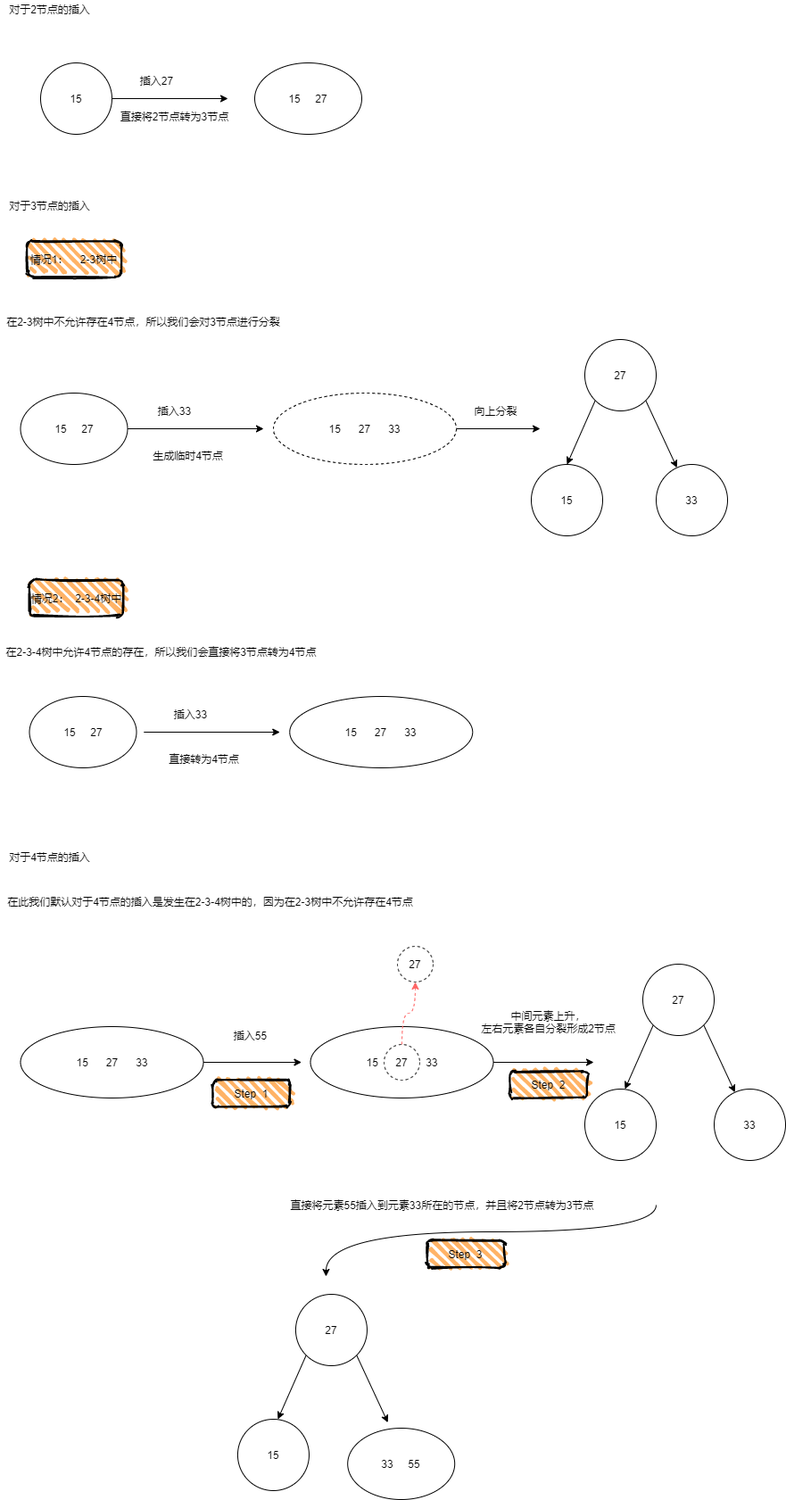
moonhui/DrawFiles keeps this draw.io diagram as InsertIfuckDraw.png. Above is the earlier version. Source tidied: cells renumbered, new cells last; positions are measured from the earlier drawing's top-left corner, leaving out a move shared by most shapes.
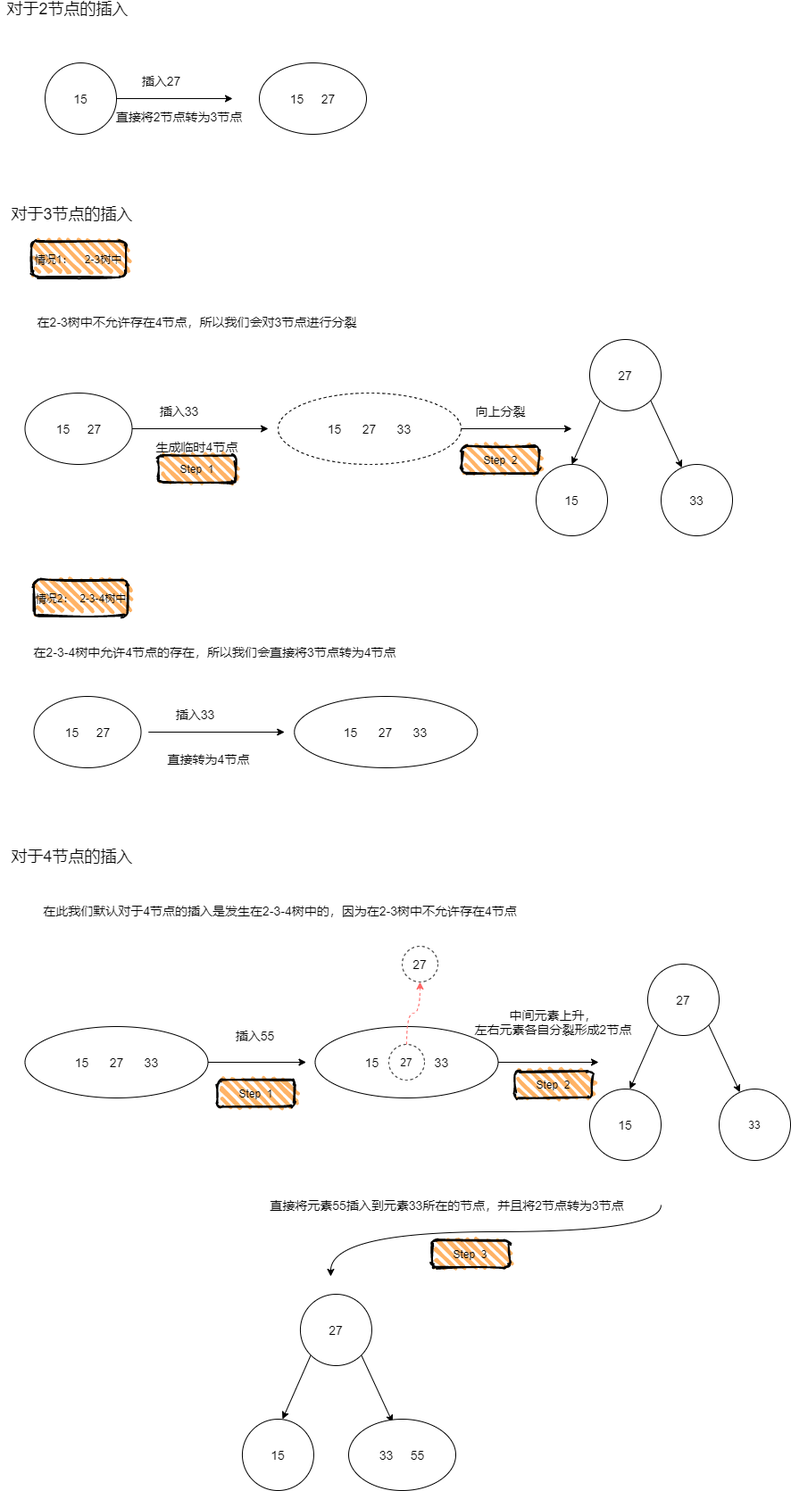
Later version of the same file.

Diff of the diagram source:
```diff
@@ -2,56 +2,56 @@
   <root>
     <mxCell id="0" />
     <mxCell id="1" parent="0" />
-    <mxCell id="2" value="对于2节点的插入" style="text;html=1;align=center;verticalAlign=middle;" parent="1" vertex="1">
-      <mxGeometry width="110" height="20" as="geometry" />
+    <mxCell id="2" value="&lt;font style=&quot;font-size: 18px&quot;&gt;对于2节点的插入&lt;/font&gt;" style="text;html=1;align=center;verticalAlign=middle;" parent="1" vertex="1">
+      <mxGeometry x="-5" width="150" height="20" as="geometry" />
     </mxCell>
     <mxCell id="3" style="edgeStyle=orthogonalEdgeStyle;rounded=0;jettySize=auto;html=1;exitX=1;exitY=0.5;exitDx=0;exitDy=0;" parent="1" edge="1" source="4">
       <mxGeometry relative="1" as="geometry">
         <mxPoint x="255" y="110" as="targetPoint" />
       </mxGeometry>
     </mxCell>
-    <mxCell id="4" value="15" style="ellipse;whiteSpace=wrap;html=1;" parent="1" vertex="1">
+    <mxCell id="4" value="&lt;font style=&quot;font-size: 14px&quot;&gt;15&lt;/font&gt;" style="ellipse;whiteSpace=wrap;html=1;" parent="1" vertex="1">
       <mxGeometry x="45" y="70" width="80" height="80" as="geometry" />
     </mxCell>
-    <mxCell id="5" value="15&amp;nbsp; &amp;nbsp; &amp;nbsp;27" style="ellipse;whiteSpace=wrap;html=1;" parent="1" vertex="1">
+    <mxCell id="5" value="&lt;font style=&quot;font-size: 14px&quot;&gt;15&amp;nbsp; &amp;nbsp; &amp;nbsp;27&lt;/font&gt;" style="ellipse;whiteSpace=wrap;html=1;" parent="1" vertex="1">
       <mxGeometry x="285" y="70" width="120" height="80" as="geometry" />
     </mxCell>
-    <mxCell id="6" value="插入27" style="text;html=1;align=center;verticalAlign=middle;" parent="1" vertex="1">
-      <mxGeometry x="150" y="80" width="50" height="20" as="geometry" />
+    <mxCell id="6" value="&lt;font style=&quot;font-size: 14px&quot;&gt;插入27&lt;/font&gt;" style="text;html=1;align=center;verticalAlign=middle;" parent="1" vertex="1">
+      <mxGeometry x="145" y="80" width="60" height="20" as="geometry" />
     </mxCell>
-    <mxCell id="7" value="直接将2节点转为3节点" style="text;html=1;align=center;verticalAlign=middle;" parent="1" vertex="1">
-      <mxGeometry x="125" y="120" width="140" height="20" as="geometry" />
+    <mxCell id="7" value="&lt;font style=&quot;font-size: 14px&quot;&gt;直接将2节点转为3节点&lt;/font&gt;" style="text;html=1;align=center;verticalAlign=middle;" parent="1" vertex="1">
+      <mxGeometry x="115" y="120" width="160" height="20" as="geometry" />
     </mxCell>
-    <mxCell id="8" value="对于3节点的插入" style="text;html=1;align=center;verticalAlign=middle;" parent="1" vertex="1">
-      <mxGeometry y="220" width="110" height="20" as="geometry" />
+    <mxCell id="8" value="&lt;font style=&quot;font-size: 18px&quot;&gt;对于3节点的插入&lt;/font&gt;" style="text;html=1;align=center;verticalAlign=middle;" parent="1" vertex="1">
+      <mxGeometry y="230" width="150" height="20" as="geometry" />
     </mxCell>
     <mxCell id="9" value="情况1：&amp;nbsp; &amp;nbsp; 2-3树中" style="rounded=1;whiteSpace=wrap;html=1;strokeWidth=2;fillWeight=4;hachureGap=8;hachureAngle=45;sketch=1;fillColor=#FFB366;" parent="1" vertex="1">
       <mxGeometry x="30" y="270" width="105" height="40" as="geometry" />
     </mxCell>
-    <mxCell id="10" value="在2-3树中不允许存在4节点，所以我们会对3节点进行分裂" style="text;html=1;align=center;verticalAlign=middle;" parent="1" vertex="1">
-      <mxGeometry y="350" width="320" height="20" as="geometry" />
+    <mxCell id="10" value="&lt;font style=&quot;font-size: 14px&quot;&gt;在2-3树中不允许存在4节点，所以我们会对3节点进行分裂&lt;/font&gt;" style="text;html=1;align=center;verticalAlign=middle;" parent="1" vertex="1">
+      <mxGeometry x="30" y="350" width="370" height="20" as="geometry" />
     </mxCell>
     <mxCell id="11" style="edgeStyle=orthogonalEdgeStyle;rounded=0;jettySize=auto;html=1;exitX=1;exitY=0.5;exitDx=0;exitDy=0;" parent="1" edge="1" source="12">
       <mxGeometry relative="1" as="geometry">
         <mxPoint x="295" y="480" as="targetPoint" />
       </mxGeometry>
     </mxCell>
-    <mxCell id="12" value="15&amp;nbsp; &amp;nbsp; &amp;nbsp;27" style="ellipse;whiteSpace=wrap;html=1;" parent="1" vertex="1">
+    <mxCell id="12" value="&lt;font style=&quot;font-size: 14px&quot;&gt;15&amp;nbsp; &amp;nbsp; &amp;nbsp;27&lt;/font&gt;" style="ellipse;whiteSpace=wrap;html=1;" parent="1" vertex="1">
       <mxGeometry x="22.5" y="440" width="120" height="80" as="geometry" />
     </mxCell>
-    <mxCell id="13" value="插入33" style="text;html=1;align=center;verticalAlign=middle;" parent="1" vertex="1">
-      <mxGeometry x="170" y="450" width="50" height="20" as="geometry" />
+    <mxCell id="13" value="&lt;font style=&quot;font-size: 14px&quot;&gt;插入33&lt;/font&gt;" style="text;html=1;align=center;verticalAlign=middle;" parent="1" vertex="1">
+      <mxGeometry x="165" y="450" width="60" height="20" as="geometry" />
     </mxCell>
     <mxCell id="14" style="edgeStyle=orthogonalEdgeStyle;rounded=0;jettySize=auto;html=1;exitX=1;exitY=0.5;exitDx=0;exitDy=0;" parent="1" edge="1" source="15">
       <mxGeometry relative="1" as="geometry">
-        <mxPoint x="605" y="480" as="targetPoint" />
+        <mxPoint x="635" y="480" as="targetPoint" />
       </mxGeometry>
     </mxCell>
-    <mxCell id="15" value="15&amp;nbsp; &amp;nbsp; &amp;nbsp; 27&amp;nbsp; &amp;nbsp; &amp;nbsp; 33" style="ellipse;whiteSpace=wrap;html=1;fillColor=#FFFFFF;dashed=1;" parent="1" vertex="1">
+    <mxCell id="15" value="&lt;font style=&quot;font-size: 14px&quot;&gt;15&amp;nbsp; &amp;nbsp; &amp;nbsp; 27&amp;nbsp; &amp;nbsp; &amp;nbsp; 33&lt;/font&gt;" style="ellipse;whiteSpace=wrap;html=1;fillColor=#FFFFFF;dashed=1;" parent="1" vertex="1">
       <mxGeometry x="306" y="440" width="205" height="80" as="geometry" />
     </mxCell>
-    <mxCell id="16" value="向上分裂" style="text;html=1;align=center;verticalAlign=middle;" parent="1" vertex="1">
-      <mxGeometry x="525" y="450" width="60" height="20" as="geometry" />
+    <mxCell id="16" value="&lt;font style=&quot;font-size: 14px&quot;&gt;向上分裂&lt;/font&gt;" style="text;html=1;align=center;verticalAlign=middle;" parent="1" vertex="1">
+      <mxGeometry x="520" y="450" width="70" height="20" as="geometry" />
     </mxCell>
     <mxCell id="17" style="rounded=0;jettySize=auto;html=1;exitX=0;exitY=1;exitDx=0;exitDy=0;entryX=0.5;entryY=0;entryDx=0;entryDy=0;" parent="1" edge="1" source="19" target="20">
       <mxGeometry relative="1" as="geometry" />
@@ -59,23 +59,23 @@
     <mxCell id="18" style="edgeStyle=none;rounded=0;jettySize=auto;html=1;exitX=1;exitY=1;exitDx=0;exitDy=0;" parent="1" edge="1" source="19" target="21">
       <mxGeometry relative="1" as="geometry" />
     </mxCell>
-    <mxCell id="19" value="27" style="ellipse;whiteSpace=wrap;html=1;" parent="1" vertex="1">
+    <mxCell id="19" value="&lt;font style=&quot;font-size: 14px&quot;&gt;27&lt;/font&gt;" style="ellipse;whiteSpace=wrap;html=1;" parent="1" vertex="1">
       <mxGeometry x="655" y="380" width="80" height="80" as="geometry" />
     </mxCell>
-    <mxCell id="20" value="15" style="ellipse;whiteSpace=wrap;html=1;" parent="1" vertex="1">
+    <mxCell id="20" value="&lt;font style=&quot;font-size: 14px&quot;&gt;15&lt;/font&gt;" style="ellipse;whiteSpace=wrap;html=1;" parent="1" vertex="1">
       <mxGeometry x="595" y="520" width="80" height="80" as="geometry" />
     </mxCell>
-    <mxCell id="21" value="33" style="ellipse;whiteSpace=wrap;html=1;" parent="1" vertex="1">
+    <mxCell id="21" value="&lt;font style=&quot;font-size: 14px&quot;&gt;33&lt;/font&gt;" style="ellipse;whiteSpace=wrap;html=1;" parent="1" vertex="1">
       <mxGeometry x="735" y="520" width="80" height="80" as="geometry" />
     </mxCell>
-    <mxCell id="22" value="生成临时4节点" style="text;html=1;align=center;verticalAlign=middle;" parent="1" vertex="1">
-      <mxGeometry x="165" y="500" width="90" height="20" as="geometry" />
+    <mxCell id="22" value="&lt;font style=&quot;font-size: 14px&quot;&gt;生成临时4节点&lt;/font&gt;" style="text;html=1;align=center;verticalAlign=middle;" parent="1" vertex="1">
+      <mxGeometry x="160" y="490" width="110" height="20" as="geometry" />
     </mxCell>
     <mxCell id="23" value="情况2：&amp;nbsp; 2-3-4树中" style="rounded=1;whiteSpace=wrap;html=1;strokeWidth=2;fillWeight=4;hachureGap=8;hachureAngle=45;sketch=1;fillColor=#FFB366;" parent="1" vertex="1">
       <mxGeometry x="32.5" y="650" width="105" height="40" as="geometry" />
     </mxCell>
-    <mxCell id="24" value="在2-3-4树中允许4节点的存在，所以我们会直接将3节点转为4节点" style="text;html=1;align=center;verticalAlign=middle;" parent="1" vertex="1">
-      <mxGeometry y="720" width="360" height="20" as="geometry" />
+    <mxCell id="24" value="&lt;font style=&quot;font-size: 14px&quot;&gt;在2-3-4树中允许4节点的存在，所以我们会直接将3节点转为4节点&lt;/font&gt;" style="text;html=1;align=center;verticalAlign=middle;" parent="1" vertex="1">
+      <mxGeometry x="25" y="720" width="420" height="20" as="geometry" />
     </mxCell>
     <mxCell id="25" style="edgeStyle=orthogonalEdgeStyle;rounded=0;orthogonalLoop=1;jettySize=auto;html=1;exitX=1;exitY=0.5;exitDx=0;exitDy=0;" parent="1" edge="1">
       <mxGeometry relative="1" as="geometry">
@@ -83,30 +83,30 @@
         <mxPoint x="313.2" y="820" as="targetPoint" />
       </mxGeometry>
     </mxCell>
-    <mxCell id="26" value="插入33" style="text;html=1;align=center;verticalAlign=middle;" parent="1" vertex="1">
-      <mxGeometry x="188.2" y="790" width="50" height="20" as="geometry" />
+    <mxCell id="26" value="&lt;font style=&quot;font-size: 14px&quot;&gt;插入33&lt;/font&gt;" style="text;html=1;align=center;verticalAlign=middle;" parent="1" vertex="1">
+      <mxGeometry x="183.2" y="790" width="60" height="20" as="geometry" />
     </mxCell>
-    <mxCell id="27" value="15&amp;nbsp; &amp;nbsp; &amp;nbsp; 27&amp;nbsp; &amp;nbsp; &amp;nbsp; 33" style="ellipse;whiteSpace=wrap;html=1;fillColor=#FFFFFF;" parent="1" vertex="1">
+    <mxCell id="27" value="&lt;font style=&quot;font-size: 14px&quot;&gt;15&amp;nbsp; &amp;nbsp; &amp;nbsp; 27&amp;nbsp; &amp;nbsp; &amp;nbsp; 33&lt;/font&gt;" style="ellipse;whiteSpace=wrap;html=1;fillColor=#FFFFFF;" parent="1" vertex="1">
       <mxGeometry x="324.2" y="780" width="205" height="80" as="geometry" />
     </mxCell>
-    <mxCell id="28" value="直接转为4节点" style="text;html=1;align=center;verticalAlign=middle;" parent="1" vertex="1">
-      <mxGeometry x="183.2" y="840" width="90" height="20" as="geometry" />
+    <mxCell id="28" value="&lt;font style=&quot;font-size: 14px&quot;&gt;直接转为4节点&lt;/font&gt;" style="text;html=1;align=center;verticalAlign=middle;" parent="1" vertex="1">
+      <mxGeometry x="173.2" y="840" width="110" height="20" as="geometry" />
     </mxCell>
-    <mxCell id="29" value="15&amp;nbsp; &amp;nbsp; &amp;nbsp;27" style="ellipse;whiteSpace=wrap;html=1;" parent="1" vertex="1">
+    <mxCell id="29" value="&lt;font style=&quot;font-size: 14px&quot;&gt;15&amp;nbsp; &amp;nbsp; &amp;nbsp;27&lt;/font&gt;" style="ellipse;whiteSpace=wrap;html=1;" parent="1" vertex="1">
       <mxGeometry x="32.5" y="780" width="120" height="80" as="geometry" />
     </mxCell>
-    <mxCell id="30" value="对于4节点的插入" style="text;html=1;align=center;verticalAlign=middle;" parent="1" vertex="1">
-      <mxGeometry y="950" width="110" height="20" as="geometry" />
+    <mxCell id="30" value="&lt;font style=&quot;font-size: 18px&quot;&gt;对于4节点的插入&lt;/font&gt;" style="text;html=1;align=center;verticalAlign=middle;" parent="1" vertex="1">
+      <mxGeometry y="950" width="150" height="20" as="geometry" />
     </mxCell>
-    <mxCell id="31" value="在此我们默认对于4节点的插入是发生在2-3-4树中的，因为在2-3树中不允许存在4节点" style="text;html=1;align=center;verticalAlign=middle;" parent="1" vertex="1">
-      <mxGeometry y="1000" width="470" height="20" as="geometry" />
+    <mxCell id="31" value="&lt;font style=&quot;font-size: 14px&quot;&gt;在此我们默认对于4节点的插入是发生在2-3-4树中的，因为在2-3树中不允许存在4节点&lt;/font&gt;" style="text;html=1;align=center;verticalAlign=middle;" parent="1" vertex="1">
+      <mxGeometry x="32.5" y="1010" width="550" height="20" as="geometry" />
     </mxCell>
     <mxCell id="32" style="edgeStyle=none;rounded=0;jettySize=auto;html=1;exitX=1;exitY=0.5;exitDx=0;exitDy=0;" parent="1" edge="1" source="33">
       <mxGeometry relative="1" as="geometry">
         <mxPoint x="337.5" y="1190" as="targetPoint" />
       </mxGeometry>
     </mxCell>
-    <mxCell id="33" value="15&amp;nbsp; &amp;nbsp; &amp;nbsp; 27&amp;nbsp; &amp;nbsp; &amp;nbsp; 33" style="ellipse;whiteSpace=wrap;html=1;fillColor=#FFFFFF;" parent="1" vertex="1">
+    <mxCell id="33" value="&lt;font style=&quot;font-size: 14px&quot;&gt;15&amp;nbsp; &amp;nbsp; &amp;nbsp; 27&amp;nbsp; &amp;nbsp; &amp;nbsp; 33&lt;/font&gt;" style="ellipse;whiteSpace=wrap;html=1;fillColor=#FFFFFF;" parent="1" vertex="1">
       <mxGeometry x="22.5" y="1150" width="205" height="80" as="geometry" />
     </mxCell>
     <mxCell id="34" style="edgeStyle=orthogonalEdgeStyle;curved=1;rounded=0;jettySize=auto;html=1;exitX=1;exitY=0.5;exitDx=0;exitDy=0;" parent="1" edge="1" source="35">
@@ -114,23 +114,23 @@
         <mxPoint x="665" y="1190" as="targetPoint" />
       </mxGeometry>
     </mxCell>
-    <mxCell id="35" value="15&amp;nbsp; &amp;nbsp; &amp;nbsp; 27&amp;nbsp; &amp;nbsp; &amp;nbsp; 33" style="ellipse;whiteSpace=wrap;html=1;fillColor=#FFFFFF;" parent="1" vertex="1">
+    <mxCell id="35" value="&lt;font style=&quot;font-size: 14px&quot;&gt;15&amp;nbsp; &amp;nbsp; &amp;nbsp; 27&amp;nbsp; &amp;nbsp; &amp;nbsp; 33&lt;/font&gt;" style="ellipse;whiteSpace=wrap;html=1;fillColor=#FFFFFF;" parent="1" vertex="1">
       <mxGeometry x="347.5" y="1150" width="205" height="80" as="geometry" />
     </mxCell>
     <mxCell id="36" value="27" style="ellipse;whiteSpace=wrap;html=1;fillColor=#FFFFFF;dashed=1;" parent="1" vertex="1">
       <mxGeometry x="430" y="1170" width="40" height="40" as="geometry" />
     </mxCell>
-    <mxCell id="37" value="27" style="ellipse;whiteSpace=wrap;html=1;fillColor=#FFFFFF;dashed=1;" parent="1" vertex="1">
+    <mxCell id="37" value="&lt;font style=&quot;font-size: 14px&quot;&gt;27&lt;/font&gt;" style="ellipse;whiteSpace=wrap;html=1;fillColor=#FFFFFF;dashed=1;" parent="1" vertex="1">
       <mxGeometry x="445" y="1060" width="40" height="40" as="geometry" />
     </mxCell>
     <mxCell id="38" style="endArrow=classic;html=1;entryX=0.5;entryY=1;entryDx=0;entryDy=0;edgeStyle=orthogonalEdgeStyle;curved=1;strokeColor=#FF6666;dashed=1;" parent="1" edge="1" source="36" target="37">
       <mxGeometry relative="1" as="geometry" />
     </mxCell>
-    <mxCell id="39" value="插入55" style="text;html=1;align=center;verticalAlign=middle;" parent="1" vertex="1">
-      <mxGeometry x="255" y="1150" width="50" height="20" as="geometry" />
+    <mxCell id="39" value="&lt;font style=&quot;font-size: 14px&quot;&gt;插入55&lt;/font&gt;" style="text;html=1;align=center;verticalAlign=middle;" parent="1" vertex="1">
+      <mxGeometry x="250" y="1150" width="60" height="20" as="geometry" />
     </mxCell>
-    <mxCell id="40" value="中间元素上升，&lt;br&gt;左右元素各自分裂形成2节点" style="text;html=1;align=center;verticalAlign=middle;" parent="1" vertex="1">
-      <mxGeometry x="529.2" y="1130" width="170" height="30" as="geometry" />
+    <mxCell id="40" value="&lt;font style=&quot;font-size: 14px&quot;&gt;中间元素上升，&lt;br&gt;左右元素各自分裂形成2节点&lt;/font&gt;" style="text;html=1;align=center;verticalAlign=middle;" parent="1" vertex="1">
+      <mxGeometry x="519.2" y="1125" width="190" height="40" as="geometry" />
     </mxCell>
     <mxCell id="41" style="rounded=0;jettySize=auto;html=1;exitX=0;exitY=1;exitDx=0;exitDy=0;entryX=0.5;entryY=0;entryDx=0;entryDy=0;" parent="1" edge="1" source="43">
       <mxGeometry relative="1" as="geometry">
@@ -140,13 +140,13 @@
     <mxCell id="42" style="edgeStyle=none;rounded=0;jettySize=auto;html=1;exitX=1;exitY=1;exitDx=0;exitDy=0;" parent="1" edge="1" source="43" target="44">
       <mxGeometry relative="1" as="geometry" />
     </mxCell>
-    <mxCell id="43" value="27" style="ellipse;whiteSpace=wrap;html=1;" parent="1" vertex="1">
+    <mxCell id="43" value="&lt;font style=&quot;font-size: 14px&quot;&gt;27&lt;/font&gt;" style="ellipse;whiteSpace=wrap;html=1;" parent="1" vertex="1">
       <mxGeometry x="720" y="1080" width="80" height="80" as="geometry" />
     </mxCell>
     <mxCell id="44" value="33" style="ellipse;whiteSpace=wrap;html=1;" parent="1" vertex="1">
       <mxGeometry x="800" y="1220" width="80" height="80" as="geometry" />
     </mxCell>
-    <mxCell id="45" value="15" style="ellipse;whiteSpace=wrap;html=1;" parent="1" vertex="1">
+    <mxCell id="45" value="&lt;font style=&quot;font-size: 14px&quot;&gt;15&lt;/font&gt;" style="ellipse;whiteSpace=wrap;html=1;" parent="1" vertex="1">
       <mxGeometry x="655" y="1220" width="80" height="80" as="geometry" />
     </mxCell>
     <mxCell id="46" style="rounded=0;jettySize=auto;html=1;exitX=0;exitY=1;exitDx=0;exitDy=0;entryX=0.5;entryY=0;entryDx=0;entryDy=0;" parent="1" edge="1" source="48">
@@ -159,14 +159,14 @@
         <mxPoint x="434.2" y="1593.7" as="targetPoint" />
       </mxGeometry>
     </mxCell>
-    <mxCell id="48" value="27" style="ellipse;whiteSpace=wrap;html=1;" parent="1" vertex="1">
+    <mxCell id="48" value="&lt;font style=&quot;font-size: 14px&quot;&gt;27&lt;/font&gt;" style="ellipse;whiteSpace=wrap;html=1;" parent="1" vertex="1">
       <mxGeometry x="330.9" y="1450" width="80" height="80" as="geometry" />
     </mxCell>
-    <mxCell id="49" value="15" style="ellipse;whiteSpace=wrap;html=1;" parent="1" vertex="1">
+    <mxCell id="49" value="&lt;font style=&quot;font-size: 14px&quot;&gt;15&lt;/font&gt;" style="ellipse;whiteSpace=wrap;html=1;" parent="1" vertex="1">
       <mxGeometry x="265.9" y="1590" width="80" height="80" as="geometry" />
     </mxCell>
-    <mxCell id="50" value="33&amp;nbsp; &amp;nbsp; &amp;nbsp;55" style="ellipse;whiteSpace=wrap;html=1;" parent="1" vertex="1">
-      <mxGeometry x="389.2" y="1600" width="120" height="80" as="geometry" />
+    <mxCell id="50" value="&lt;font style=&quot;font-size: 14px&quot;&gt;33&amp;nbsp; &amp;nbsp; &amp;nbsp;55&lt;/font&gt;" style="ellipse;whiteSpace=wrap;html=1;" parent="1" vertex="1">
+      <mxGeometry x="385" y="1590" width="120" height="80" as="geometry" />
     </mxCell>
     <mxCell id="51" style="endArrow=classic;html=1;strokeColor=#000000;edgeStyle=orthogonalEdgeStyle;curved=1;" parent="1" edge="1">
       <mxGeometry relative="1" as="geometry">
@@ -187,8 +187,14 @@
     <mxCell id="54" value="Step&amp;nbsp; 3" style="rounded=1;whiteSpace=wrap;html=1;strokeWidth=2;fillWeight=4;hachureGap=8;hachureAngle=45;sketch=1;fillColor=#FFB366;" parent="1" vertex="1">
       <mxGeometry x="478.2" y="1390" width="86.8" height="30" as="geometry" />
     </mxCell>
-    <mxCell id="55" value="直接将元素55插入到元素33所在的节点，并且将2节点转为3节点" style="text;html=1;align=center;verticalAlign=middle;" parent="1" vertex="1">
-      <mxGeometry x="314.9" y="1340" width="360" height="20" as="geometry" />
+    <mxCell id="55" value="&lt;font style=&quot;font-size: 14px&quot;&gt;直接将元素55插入到元素33所在的节点，并且将2节点转为3节点&lt;/font&gt;" style="text;html=1;align=center;verticalAlign=middle;" parent="1" vertex="1">
+      <mxGeometry x="289.9" y="1340" width="410" height="20" as="geometry" />
     </mxCell>
+    <mxCell id="56" value="Step&amp;nbsp; 1" style="rounded=1;whiteSpace=wrap;html=1;strokeWidth=2;fillWeight=4;hachureGap=8;hachureAngle=45;sketch=1;fillColor=#FFB366;" parent="1" vertex="1">
+      <mxGeometry x="171.6" y="510" width="86.8" height="30" as="geometry" />
+    </mxCell>
+    <mxCell id="57" value="Step&amp;nbsp; 2" style="rounded=1;whiteSpace=wrap;html=1;strokeWidth=2;fillWeight=4;hachureGap=8;hachureAngle=45;sketch=1;fillColor=#FFB366;" parent="1" vertex="1">
+      <mxGeometry x="511.6" y="500" width="86.8" height="30" as="geometry" />
+    </mxCell>
   </root>
 </mxGraphModel>
```
